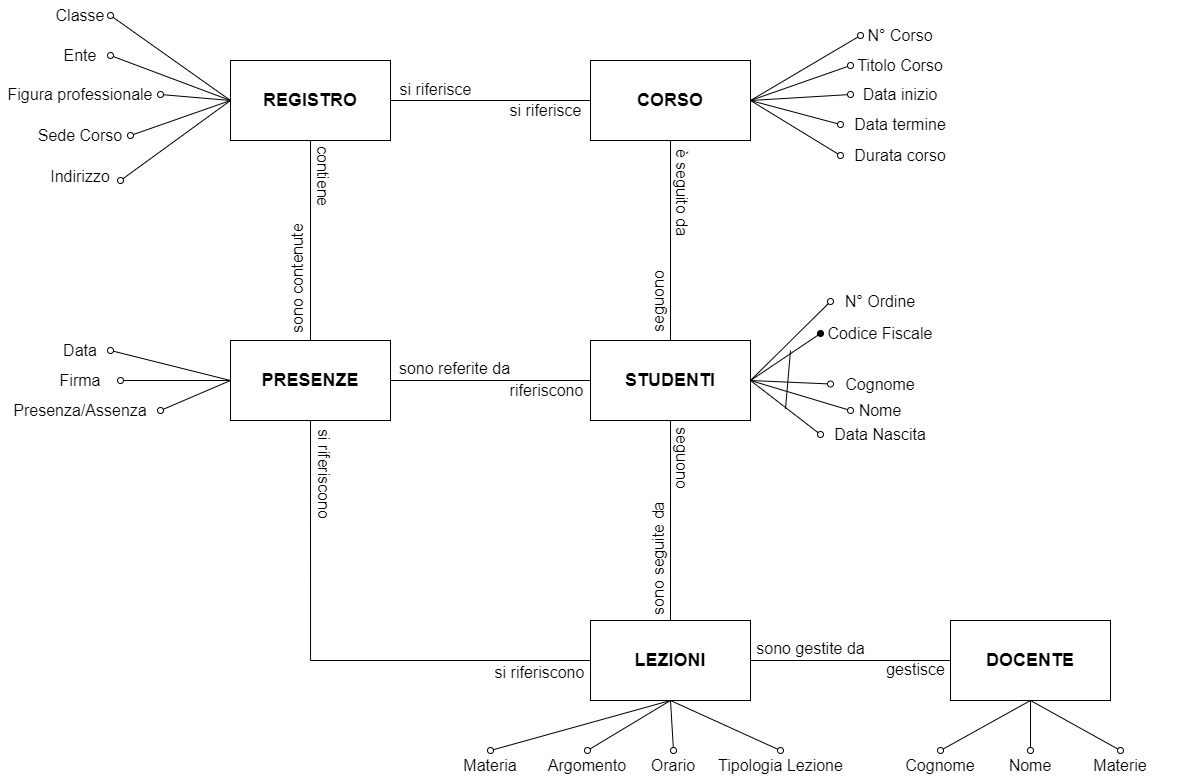
Earlier version of the draw.io export Registro/Registro_Diagramma.png (ggregman/DATABASE-FSD1). Source tidied: cells renumbered, new cells last; positions are measured from the earlier drawing's top-left corner, leaving out a move shared by most shapes.
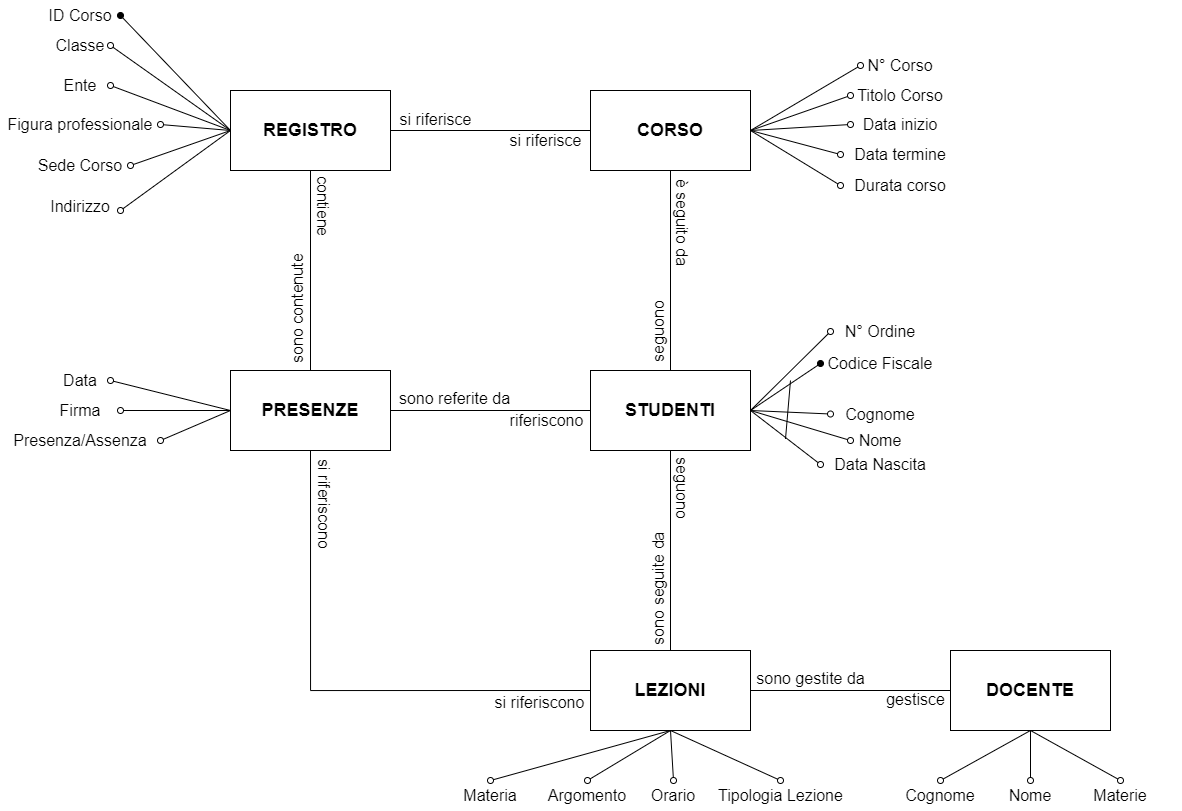
Later version of the same file.

Diff of the diagram source:
```diff
@@ -251,5 +251,13 @@
     <mxCell id="79" style="endArrow=none;html=1;rounded=0;fontSize=16;startArrow=oval;startFill=0;exitX=0;exitY=0.5;exitDx=0;exitDy=0;entryX=1;entryY=0.5;entryDx=0;entryDy=0;" parent="1" edge="1" source="48" target="8">
       <mxGeometry relative="1" as="geometry" />
     </mxCell>
+    <mxCell id="80" value="ID Corso" style="text;html=1;strokeColor=none;fillColor=none;align=center;verticalAlign=middle;whiteSpace=wrap;rounded=0;fontSize=16;" parent="1" vertex="1">
+      <mxGeometry x="40" y="-30" width="80" height="30" as="geometry" />
+    </mxCell>
+    <mxCell id="81" style="endArrow=none;html=1;rounded=0;fontSize=16;startArrow=oval;startFill=1;exitX=1;exitY=0.5;exitDx=0;exitDy=0;" parent="1" edge="1" source="80">
+      <mxGeometry relative="1" as="geometry">
+        <mxPoint x="230" y="100" as="targetPoint" />
+      </mxGeometry>
+    </mxCell>
   </root>
 </mxGraphModel>
```
